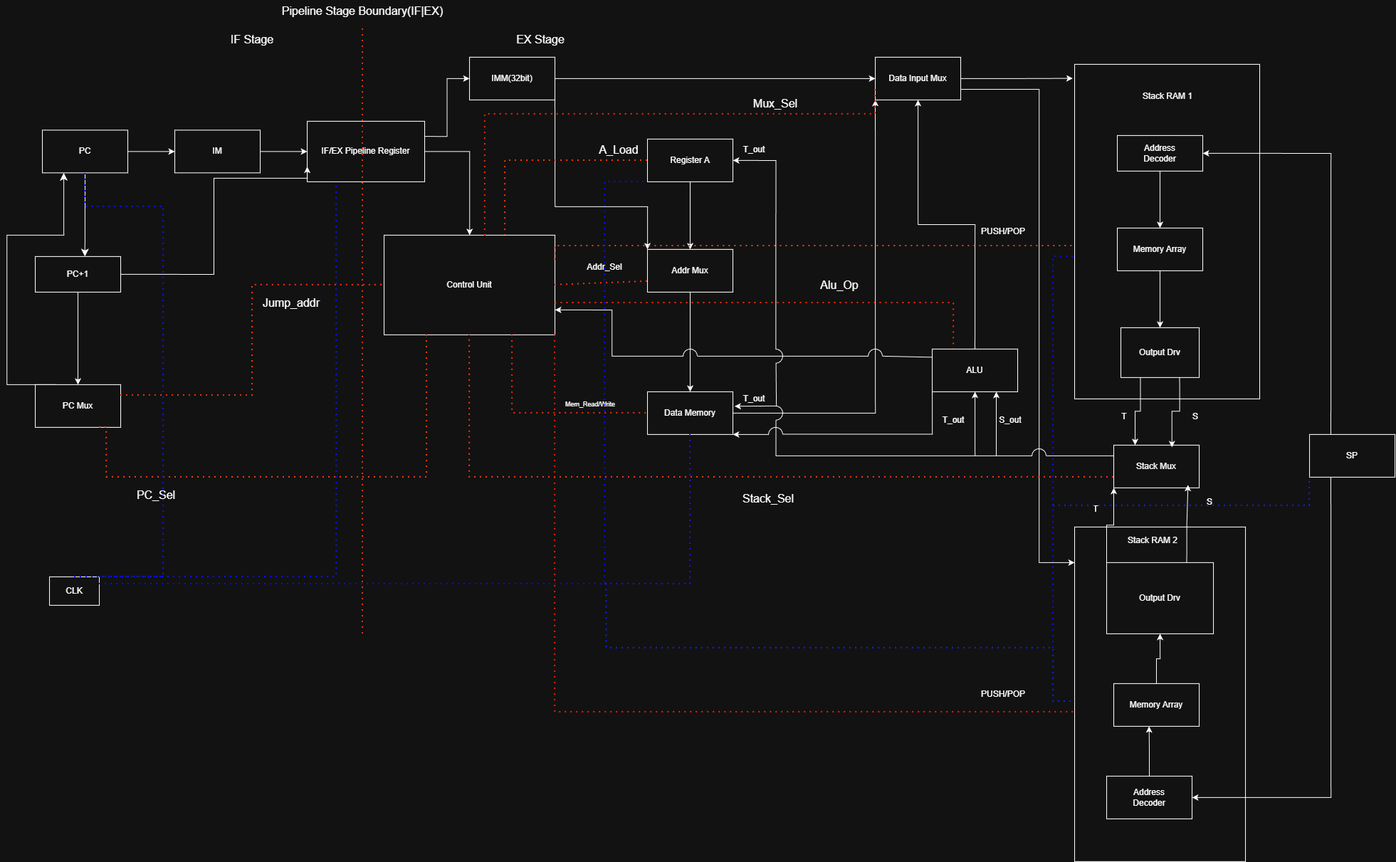
Above: graph.drawio.png in fleetingsnow/NOTE (draw.io), before the change. Source tidied: cells renumbered, new cells last; positions are measured from the earlier drawing's top-left corner, leaving out a move shared by most shapes.
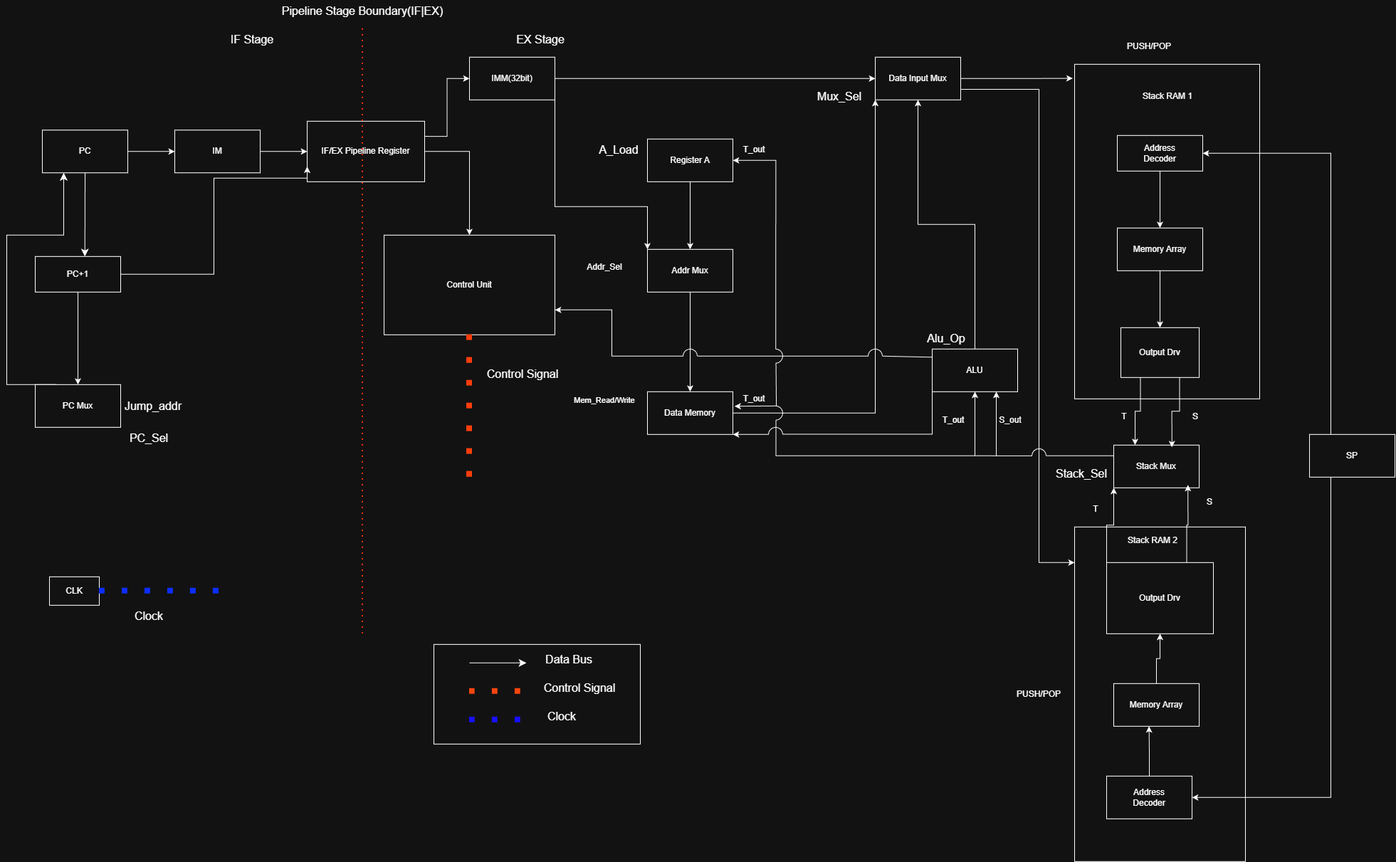
After the commit.

The edit, as a diff of the source:
```diff
@@ -2,6 +2,9 @@
   <root>
     <mxCell id="0" />
     <mxCell id="1" parent="0" />
+    <mxCell id="111" style="rounded=0;whiteSpace=wrap;html=1;" parent="1" vertex="1">
+      <mxGeometry x="600" y="905" width="290" height="140" as="geometry" />
+    </mxCell>
     <mxCell id="2" style="edgeStyle=none;curved=1;rounded=0;jettySize=auto;html=1;exitX=0.5;exitY=1;exitDx=0;exitDy=0;fontSize=12;startSize=8;endSize=8;" parent="1" edge="1" source="3">
       <mxGeometry relative="1" as="geometry">
         <mxPoint x="109.7" y="360" as="targetPoint" />
@@ -175,56 +178,23 @@
     <mxCell id="48" value="Stack Mux" style="rounded=0;whiteSpace=wrap;html=1;" parent="1" vertex="1">
       <mxGeometry x="1555" y="625" width="120" height="60" as="geometry" />
     </mxCell>
-    <mxCell id="49" style="endArrow=none;dashed=1;html=1;dashPattern=1 3;strokeWidth=2;rounded=0;fontSize=12;startSize=8;endSize=8;entryX=0.5;entryY=1;entryDx=0;entryDy=0;edgeStyle=orthogonalEdgeStyle;exitX=0;exitY=0.75;exitDx=0;exitDy=0;strokeColor=light-dark(#000000,#FF3911);" parent="1" edge="1" source="48" target="13">
-      <mxGeometry relative="1" as="geometry" />
-    </mxCell>
     <mxCell id="50" value="Stack_Sel" style="text;html=1;whiteSpace=wrap;strokeColor=none;fillColor=none;align=center;verticalAlign=middle;rounded=0;fontSize=16;" parent="1" vertex="1">
-      <mxGeometry x="1040" y="685" width="60" height="30" as="geometry" />
+      <mxGeometry x="1480" y="650" width="60" height="30" as="geometry" />
     </mxCell>
-    <mxCell id="51" style="endArrow=none;dashed=1;html=1;dashPattern=1 3;strokeWidth=2;rounded=0;fontSize=12;startSize=8;endSize=8;entryX=0.25;entryY=1;entryDx=0;entryDy=0;exitX=0.75;exitY=1;exitDx=0;exitDy=0;edgeStyle=orthogonalEdgeStyle;strokeColor=light-dark(#000000,#FF3D0C);" parent="1" edge="1" source="28" target="13">
-      <mxGeometry relative="1" as="geometry">
-        <Array as="points">
-          <mxPoint x="140" y="669.9" />
-          <mxPoint x="590" y="669.9" />
-        </Array>
-      </mxGeometry>
-    </mxCell>
     <mxCell id="52" value="PC_Sel" style="text;html=1;whiteSpace=wrap;strokeColor=none;fillColor=none;align=center;verticalAlign=middle;rounded=0;fontSize=16;" parent="1" vertex="1">
-      <mxGeometry x="180" y="680" width="60" height="30" as="geometry" />
+      <mxGeometry x="170" y="600" width="60" height="30" as="geometry" />
     </mxCell>
-    <mxCell id="53" value="Jump_addr" style="text;html=1;whiteSpace=wrap;strokeColor=none;fillColor=none;align=center;verticalAlign=middle;rounded=0;fontSize=16;" parent="1" vertex="1">
-      <mxGeometry x="370" y="410" width="60" height="30" as="geometry" />
-    </mxCell>
-    <mxCell id="54" style="endArrow=none;dashed=1;html=1;dashPattern=1 3;strokeWidth=2;rounded=0;fontSize=12;startSize=8;endSize=8;edgeStyle=orthogonalEdgeStyle;strokeColor=light-dark(#000000,#FF3907);" parent="1" edge="1" source="22">
-      <mxGeometry relative="1" as="geometry">
-        <mxPoint x="700" y="330" as="targetPoint" />
-      </mxGeometry>
-    </mxCell>
     <mxCell id="55" value="A_Load" style="text;html=1;whiteSpace=wrap;strokeColor=none;fillColor=none;align=center;verticalAlign=middle;rounded=0;fontSize=16;" parent="1" vertex="1">
       <mxGeometry x="830" y="195" width="60" height="30" as="geometry" />
     </mxCell>
-    <mxCell id="56" style="endArrow=none;dashed=1;html=1;dashPattern=1 3;strokeWidth=2;rounded=0;fontSize=12;startSize=8;endSize=8;exitX=0.75;exitY=1;exitDx=0;exitDy=0;entryX=0;entryY=0.5;entryDx=0;entryDy=0;edgeStyle=orthogonalEdgeStyle;strokeColor=light-dark(#000000,#FF2A0A);" parent="1" edge="1" source="13" target="30">
-      <mxGeometry relative="1" as="geometry" />
-    </mxCell>
-    <mxCell id="57" value="&lt;font style=&quot;font-size: 9px;&quot;&gt;Mem_Read/Write&lt;/font&gt;" style="text;html=1;whiteSpace=wrap;strokeColor=none;fillColor=none;align=center;verticalAlign=middle;rounded=0;fontSize=16;" parent="1" vertex="1">
-      <mxGeometry x="790" y="550" width="60" height="30" as="geometry" />
+    <mxCell id="57" value="&lt;font style=&quot;font-size: 11px;&quot;&gt;Mem_Read/Write&lt;/font&gt;" style="text;html=1;whiteSpace=wrap;strokeColor=none;fillColor=none;align=center;verticalAlign=middle;rounded=0;fontSize=16;" parent="1" vertex="1">
+      <mxGeometry x="800" y="540" width="80" height="40" as="geometry" />
     </mxCell>
-    <mxCell id="58" style="endArrow=none;dashed=1;html=1;dashPattern=1 3;strokeWidth=2;rounded=0;fontSize=12;startSize=8;endSize=8;exitX=1.002;exitY=0.68;exitDx=0;exitDy=0;exitPerimeter=0;entryX=0.25;entryY=0;entryDx=0;entryDy=0;edgeStyle=orthogonalEdgeStyle;strokeColor=light-dark(#000000,#FF2911);" parent="1" edge="1" source="13" target="24">
-      <mxGeometry relative="1" as="geometry" />
-    </mxCell>
     <mxCell id="59" value="Alu_Op" style="text;html=1;whiteSpace=wrap;strokeColor=none;fillColor=none;align=center;verticalAlign=middle;rounded=0;fontSize=16;" parent="1" vertex="1">
-      <mxGeometry x="1140" y="385" width="60" height="30" as="geometry" />
+      <mxGeometry x="1290" y="460" width="60" height="30" as="geometry" />
     </mxCell>
-    <mxCell id="60" style="endArrow=none;dashed=1;html=1;dashPattern=1 3;strokeWidth=2;rounded=0;fontSize=12;startSize=8;endSize=8;exitX=0.591;exitY=0.008;exitDx=0;exitDy=0;exitPerimeter=0;entryX=0;entryY=0.75;entryDx=0;entryDy=0;edgeStyle=orthogonalEdgeStyle;strokeColor=light-dark(#000000,#FF2605);" parent="1" edge="1" source="13" target="33">
-      <mxGeometry relative="1" as="geometry">
-        <Array as="points">
-          <mxPoint x="671.8" y="160.1" />
-          <mxPoint x="1220" y="160.1" />
-        </Array>
-      </mxGeometry>
-    </mxCell>
     <mxCell id="61" value="Mux_Sel" style="text;html=1;whiteSpace=wrap;strokeColor=none;fillColor=none;align=center;verticalAlign=middle;rounded=0;fontSize=16;" parent="1" vertex="1">
-      <mxGeometry x="1050" y="130" width="60" height="30" as="geometry" />
+      <mxGeometry x="1140" y="120" width="60" height="30" as="geometry" />
     </mxCell>
     <mxCell id="62" value="Stack RAM 1" style="text;html=1;whiteSpace=wrap;strokeColor=none;fillColor=none;align=center;verticalAlign=middle;rounded=0;" parent="1" vertex="1">
       <mxGeometry x="1581" y="120" width="100" height="30" as="geometry" />
@@ -244,35 +214,12 @@
     <mxCell id="65" value="PC+1" style="rounded=0;whiteSpace=wrap;html=1;" parent="1" vertex="1">
       <mxGeometry x="40" y="360" width="120" height="50" as="geometry" />
     </mxCell>
-    <mxCell id="66" style="endArrow=none;dashed=1;html=1;dashPattern=1 3;strokeWidth=2;rounded=0;exitX=1;exitY=0.25;exitDx=0;exitDy=0;entryX=0;entryY=0.5;entryDx=0;entryDy=0;edgeStyle=orthogonalEdgeStyle;strokeColor=light-dark(#000000,#FF2F0F);" parent="1" edge="1" source="28" target="13">
-      <mxGeometry relative="1" as="geometry" />
-    </mxCell>
-    <mxCell id="67" style="endArrow=none;dashed=1;html=1;dashPattern=1 3;strokeWidth=2;rounded=0;exitX=1;exitY=0.25;exitDx=0;exitDy=0;entryX=-0.001;entryY=0.538;entryDx=0;entryDy=0;edgeStyle=orthogonalEdgeStyle;strokeColor=light-dark(#000000,#FF3A13);entryPerimeter=0;" parent="1" edge="1" source="13" target="14">
-      <mxGeometry relative="1" as="geometry">
-        <Array as="points">
-          <mxPoint x="770.1" y="345.1" />
-          <mxPoint x="1499.7" y="345.1" />
-        </Array>
-      </mxGeometry>
-    </mxCell>
     <mxCell id="68" value="PUSH/POP" style="text;html=1;whiteSpace=wrap;strokeColor=none;fillColor=none;align=center;verticalAlign=middle;rounded=0;" parent="1" vertex="1">
-      <mxGeometry x="1370" y="310" width="60" height="30" as="geometry" />
+      <mxGeometry x="1575" y="50" width="60" height="30" as="geometry" />
     </mxCell>
-    <mxCell id="69" style="endArrow=none;dashed=1;html=1;dashPattern=1 3;strokeWidth=2;rounded=0;exitX=1;exitY=1;exitDx=0;exitDy=0;edgeStyle=orthogonalEdgeStyle;strokeColor=light-dark(#000000,#FF1B06);" parent="1" edge="1" source="13">
-      <mxGeometry relative="1" as="geometry">
-        <mxPoint x="1499.8" y="1000" as="targetPoint" />
-        <Array as="points">
-          <mxPoint x="770.1" y="1000" />
-          <mxPoint x="1499.8" y="1000" />
-        </Array>
-      </mxGeometry>
-    </mxCell>
     <mxCell id="70" value="PUSH/POP" style="text;html=1;whiteSpace=wrap;strokeColor=none;fillColor=none;align=center;verticalAlign=middle;rounded=0;" parent="1" vertex="1">
-      <mxGeometry x="1370" y="960" width="60" height="30" as="geometry" />
+      <mxGeometry x="1420" y="960" width="60" height="30" as="geometry" />
     </mxCell>
-    <mxCell id="71" style="endArrow=none;dashed=1;html=1;dashPattern=1 3;strokeWidth=2;rounded=0;exitX=1;exitY=0.5;exitDx=0;exitDy=0;entryX=0;entryY=0.75;entryDx=0;entryDy=0;strokeColor=light-dark(#000000,#FF330F);" parent="1" edge="1" source="13" target="26">
-      <mxGeometry relative="1" as="geometry" />
-    </mxCell>
     <mxCell id="72" value="Addr_Sel" style="text;html=1;whiteSpace=wrap;strokeColor=none;fillColor=none;align=center;verticalAlign=middle;rounded=0;" parent="1" vertex="1">
       <mxGeometry x="810" y="360" width="60" height="30" as="geometry" />
     </mxCell>
@@ -369,55 +316,6 @@
     <mxCell id="98" value="CLK" style="rounded=0;whiteSpace=wrap;html=1;" parent="1" vertex="1">
       <mxGeometry x="60" y="810" width="70" height="40" as="geometry" />
     </mxCell>
-    <mxCell id="99" style="endArrow=none;dashed=1;html=1;dashPattern=1 3;strokeWidth=2;rounded=0;exitX=0.5;exitY=0;exitDx=0;exitDy=0;entryX=0.5;entryY=1;entryDx=0;entryDy=0;edgeStyle=orthogonalEdgeStyle;strokeColor=light-dark(#000000,#0C14FF);" parent="1" edge="1" source="98" target="3">
-      <mxGeometry relative="1" as="geometry">
-        <Array as="points">
-          <mxPoint x="220" y="810" />
-          <mxPoint x="220" y="290" />
-          <mxPoint x="110" y="290" />
-        </Array>
-      </mxGeometry>
-    </mxCell>
-    <mxCell id="100" style="endArrow=none;dashed=1;html=1;dashPattern=1 3;strokeWidth=2;rounded=0;exitX=1;exitY=0;exitDx=0;exitDy=0;entryX=0.25;entryY=1;entryDx=0;entryDy=0;edgeStyle=orthogonalEdgeStyle;strokeColor=light-dark(#000000,#0C14FF);" parent="1" edge="1" source="98" target="9">
-      <mxGeometry relative="1" as="geometry">
-        <Array as="points">
-          <mxPoint x="463.3" y="810" />
-        </Array>
-      </mxGeometry>
-    </mxCell>
-    <mxCell id="101" style="endArrow=none;dashed=1;html=1;dashPattern=1 3;strokeWidth=2;rounded=0;exitX=1;exitY=0.25;exitDx=0;exitDy=0;entryX=0.004;entryY=0.519;entryDx=0;entryDy=0;edgeStyle=orthogonalEdgeStyle;strokeColor=light-dark(#000000,#1121FF);entryPerimeter=0;" parent="1" edge="1" source="98" target="44">
-      <mxGeometry relative="1" as="geometry">
-        <Array as="points">
-          <mxPoint x="842.5" y="820" />
-          <mxPoint x="842.5" y="910" />
-          <mxPoint x="1470.1" y="910" />
-          <mxPoint x="1470.1" y="985.1" />
-          <mxPoint x="1501" y="985.1" />
-        </Array>
-      </mxGeometry>
-    </mxCell>
-    <mxCell id="102" style="endArrow=none;dashed=1;html=1;dashPattern=1 3;strokeWidth=2;rounded=0;entryX=-0.001;entryY=0.578;entryDx=0;entryDy=0;edgeStyle=orthogonalEdgeStyle;strokeColor=light-dark(#000000,#0F07FF);entryPerimeter=0;" parent="1" edge="1" target="14">
-      <mxGeometry relative="1" as="geometry">
-        <mxPoint x="1470" y="910" as="sourcePoint" />
-        <Array as="points">
-          <mxPoint x="1470.1" y="360" />
-          <mxPoint x="1499.7" y="360" />
-        </Array>
-      </mxGeometry>
-    </mxCell>
-    <mxCell id="103" style="endArrow=none;dashed=1;html=1;dashPattern=1 3;strokeWidth=2;rounded=0;exitX=1;exitY=0.25;exitDx=0;exitDy=0;entryX=0;entryY=1;entryDx=0;entryDy=0;edgeStyle=orthogonalEdgeStyle;strokeColor=light-dark(#000000,#0A0AFF);" parent="1" edge="1" source="98" target="22">
-      <mxGeometry relative="1" as="geometry">
-        <Array as="points">
-          <mxPoint x="840.1" y="820" />
-          <mxPoint x="840.1" y="255.1" />
-        </Array>
-      </mxGeometry>
-    </mxCell>
-    <mxCell id="104" style="endArrow=none;dashed=1;html=1;dashPattern=1 3;strokeWidth=2;rounded=0;entryX=0.5;entryY=1;entryDx=0;entryDy=0;edgeStyle=orthogonalEdgeStyle;strokeColor=light-dark(#000000,#240CFF);" parent="1" edge="1" target="30">
-      <mxGeometry relative="1" as="geometry">
-        <mxPoint x="840" y="820" as="sourcePoint" />
-      </mxGeometry>
-    </mxCell>
     <mxCell id="105" value="Address&lt;div&gt;Decoder&lt;/div&gt;" style="rounded=0;whiteSpace=wrap;html=1;" parent="1" vertex="1">
       <mxGeometry x="1545" y="1090" width="120" height="60" as="geometry" />
     </mxCell>
@@ -433,10 +331,51 @@
     <mxCell id="109" style="edgeStyle=orthogonalEdgeStyle;rounded=0;jettySize=auto;html=1;exitX=0.25;exitY=1;exitDx=0;exitDy=0;entryX=1;entryY=0.5;entryDx=0;entryDy=0;" parent="1" edge="1" source="18" target="105">
       <mxGeometry relative="1" as="geometry" />
     </mxCell>
-    <mxCell id="110" style="endArrow=none;dashed=1;html=1;dashPattern=1 3;strokeWidth=2;rounded=0;entryX=0;entryY=1;entryDx=0;entryDy=0;edgeStyle=orthogonalEdgeStyle;strokeColor=light-dark(#000000,#0F1FFF);" parent="1" edge="1" target="18">
-      <mxGeometry relative="1" as="geometry">
-        <mxPoint x="1470" y="710" as="sourcePoint" />
-      </mxGeometry>
-    </mxCell>
+    <mxCell id="53" value="Jump_addr" style="text;html=1;whiteSpace=wrap;strokeColor=none;fillColor=none;align=center;verticalAlign=middle;rounded=0;fontSize=16;" parent="1" vertex="1">
+      <mxGeometry x="176" y="555" width="60" height="30" as="geometry" />
+    </mxCell>
+    <mxCell id="112" style="endArrow=none;dashed=1;html=1;dashPattern=1 3;strokeWidth=8;rounded=0;fontSize=12;startSize=8;endSize=8;curved=1;exitX=0.5;exitY=1;exitDx=0;exitDy=0;strokeColor=light-dark(#000000,#FF3D0C);" parent="1" edge="1" source="13">
+      <mxGeometry relative="1" as="geometry">
+        <mxPoint x="650" y="670" as="targetPoint" />
+      </mxGeometry>
+    </mxCell>
+    <mxCell id="113" style="endArrow=none;dashed=1;html=1;dashPattern=1 3;strokeWidth=8;rounded=0;fontSize=12;startSize=8;endSize=8;curved=1;exitX=1;exitY=0.5;exitDx=0;exitDy=0;strokeColor=light-dark(#000000,#0C2DFF);" parent="1" edge="1" source="98">
+      <mxGeometry relative="1" as="geometry">
+        <mxPoint x="300" y="830" as="targetPoint" />
+      </mxGeometry>
+    </mxCell>
+    <mxCell id="114" style="endArrow=classic;html=1;rounded=0;fontSize=12;startSize=8;endSize=8;curved=1;" parent="1" edge="1">
+      <mxGeometry relative="1" as="geometry">
+        <mxPoint x="650" y="931" as="sourcePoint" />
+        <mxPoint x="730" y="931" as="targetPoint" />
+      </mxGeometry>
+    </mxCell>
+    <mxCell id="115" value="Data Bus" style="text;html=1;whiteSpace=wrap;strokeColor=none;fillColor=none;align=center;verticalAlign=middle;rounded=0;fontSize=16;" parent="1" vertex="1">
+      <mxGeometry x="740" y="911" width="100" height="30" as="geometry" />
+    </mxCell>
+    <mxCell id="116" style="endArrow=none;dashed=1;html=1;dashPattern=1 3;strokeWidth=8;rounded=0;fontSize=12;startSize=8;endSize=8;curved=1;strokeColor=light-dark(#000000,#F9450E);" parent="1" edge="1">
+      <mxGeometry relative="1" as="geometry">
+        <mxPoint x="650" y="971" as="sourcePoint" />
+        <mxPoint x="730" y="971" as="targetPoint" />
+      </mxGeometry>
+    </mxCell>
+    <mxCell id="117" value="Control Signal" style="text;html=1;whiteSpace=wrap;strokeColor=none;fillColor=none;align=center;verticalAlign=middle;rounded=0;fontSize=16;" parent="1" vertex="1">
+      <mxGeometry x="750" y="951" width="110" height="30" as="geometry" />
+    </mxCell>
+    <mxCell id="118" style="endArrow=none;dashed=1;html=1;dashPattern=1 3;strokeWidth=8;rounded=0;fontSize=12;startSize=8;endSize=8;curved=1;strokeColor=light-dark(#000000,#170FFF);" parent="1" edge="1">
+      <mxGeometry relative="1" as="geometry">
+        <mxPoint x="650" y="1011" as="sourcePoint" />
+        <mxPoint x="730" y="1011" as="targetPoint" />
+      </mxGeometry>
+    </mxCell>
+    <mxCell id="119" value="Clock" style="text;html=1;whiteSpace=wrap;strokeColor=none;fillColor=none;align=center;verticalAlign=middle;rounded=0;fontSize=16;" parent="1" vertex="1">
+      <mxGeometry x="750" y="991" width="60" height="30" as="geometry" />
+    </mxCell>
+    <mxCell id="120" value="Control Signal" style="text;html=1;whiteSpace=wrap;strokeColor=none;fillColor=none;align=center;verticalAlign=middle;rounded=0;fontSize=16;" parent="1" vertex="1">
+      <mxGeometry x="670" y="510" width="110" height="30" as="geometry" />
+    </mxCell>
+    <mxCell id="121" value="Clock" style="text;html=1;whiteSpace=wrap;strokeColor=none;fillColor=none;align=center;verticalAlign=middle;rounded=0;fontSize=16;" parent="1" vertex="1">
+      <mxGeometry x="170" y="850" width="60" height="30" as="geometry" />
+    </mxCell>
   </root>
 </mxGraphModel>
```
